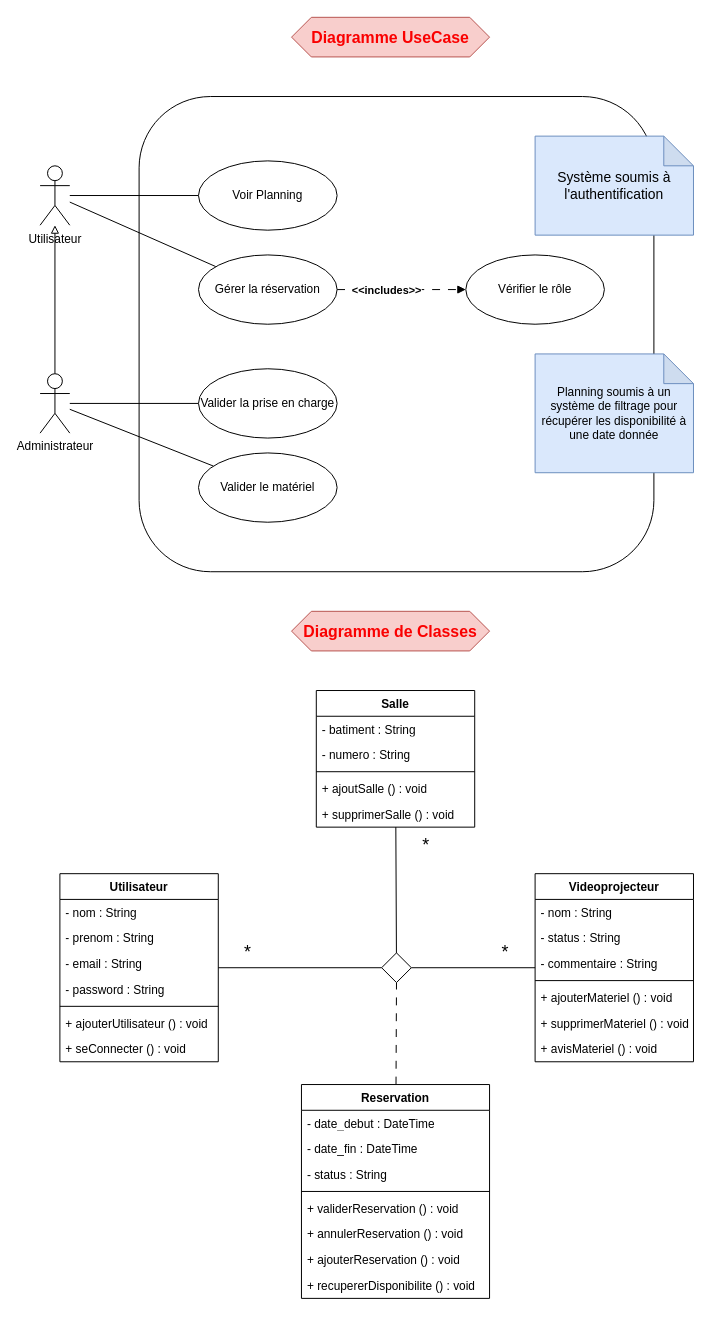
Mzk-Ali/EXO_M2I_UML keeps this draw.io diagram as TP3/TP_3_UML_Exercice_1.drawio. Above is the earlier version. Source tidied: cells renumbered, new cells numbered last; positions are measured from the earlier drawing's top-left corner, leaving out a move shared by most shapes. Both pictures are drawn from the tidied source at 99%, with x=0, y=0 at pixel (40, 17).
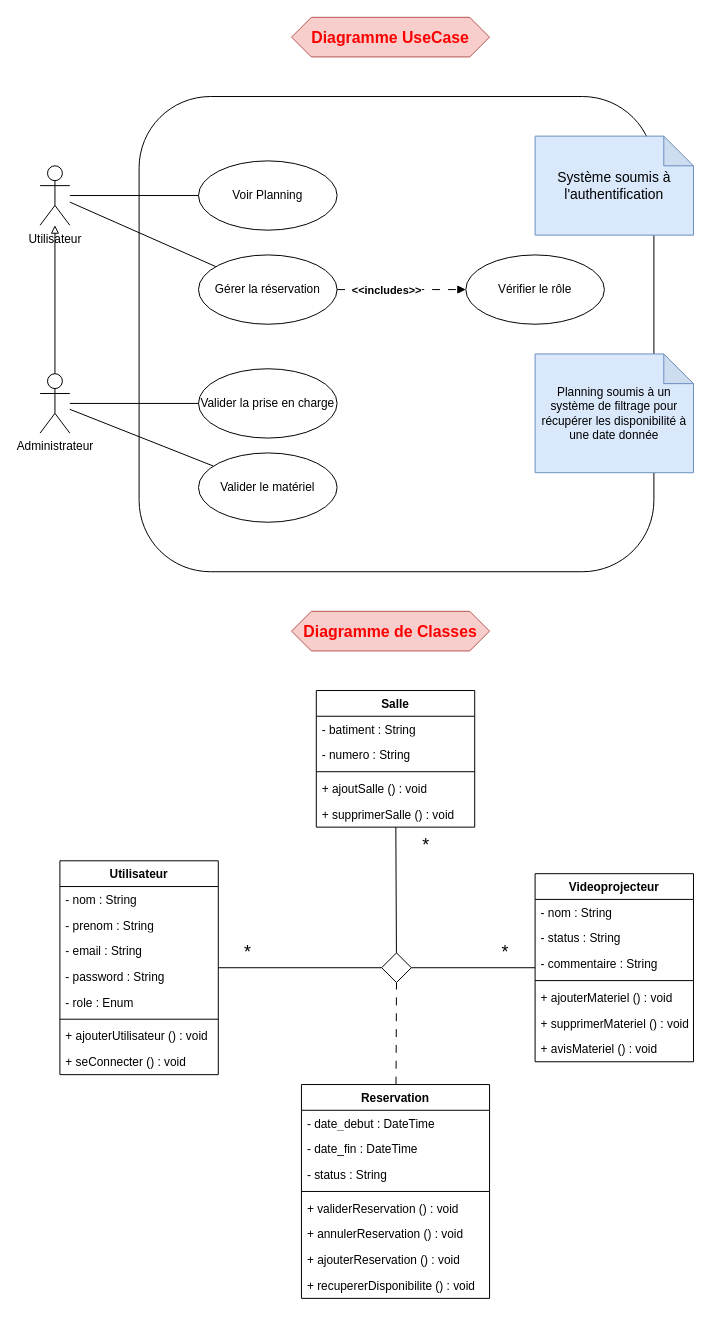
Above is the later version.

Commit message:
Mettre à jour TP_3_UML_Exercice_1.drawio

The edit, as a diff of the source:
```diff
@@
     <mxCell id="21" value="Utilisateur" style="swimlane;fontStyle=1;align=center;verticalAlign=top;horizontal=1;startSize=26;whiteSpace=wrap;html=1;" parent="1" vertex="1">
-      <mxGeometry x="20" y="865" width="160" height="190" as="geometry" />
+      <mxGeometry x="20" y="852" width="160" height="216" as="geometry" />
     </mxCell>
@@
+    <mxCell id="60" value="- role : Enum" style="text;strokeColor=none;fillColor=none;align=left;verticalAlign=top;spacingLeft=4;spacingRight=4;overflow=hidden;whiteSpace=wrap;html=1;" parent="21" vertex="1">
+      <mxGeometry y="130" width="160" height="26" as="geometry" />
+    </mxCell>
     <mxCell id="26" style="line;strokeWidth=1;fillColor=none;align=left;verticalAlign=middle;spacingTop=-1;spacingLeft=3;spacingRight=3;labelPosition=right;strokeColor=inherit;" parent="21" vertex="1">
-      <mxGeometry y="130" width="160" height="8" as="geometry" />
+      <mxGeometry y="156" width="160" height="8" as="geometry" />
     </mxCell>
     <mxCell id="27" value="+ ajouterUtilisateur () : void" style="text;strokeColor=none;fillColor=none;align=left;verticalAlign=top;spacingLeft=4;spacingRight=4;overflow=hidden;whiteSpace=wrap;html=1;" parent="21" vertex="1">
-      <mxGeometry y="138" width="160" height="26" as="geometry" />
+      <mxGeometry y="164" width="160" height="26" as="geometry" />
     </mxCell>
     <mxCell id="28" value="+ seConnecter () : void" style="text;strokeColor=none;fillColor=none;align=left;verticalAlign=top;spacingLeft=4;spacingRight=4;overflow=hidden;whiteSpace=wrap;html=1;" parent="21" vertex="1">
-      <mxGeometry y="164" width="160" height="26" as="geometry" />
+      <mxGeometry y="190" width="160" height="26" as="geometry" />
     </mxCell>
```
